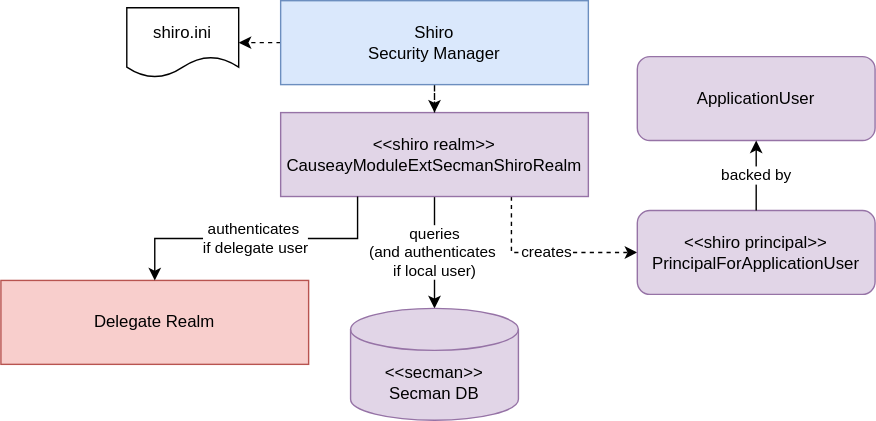
The draw.io diagram extensions/security/secman/adoc/modules/secman/images/secman-shiro-delegate-architecture.drawio.svg in apache/causeway, before a commit. Source tidied: cells renumbered, new cells last; positions are measured from the earlier drawing's top-left corner, leaving out a move shared by most shapes.
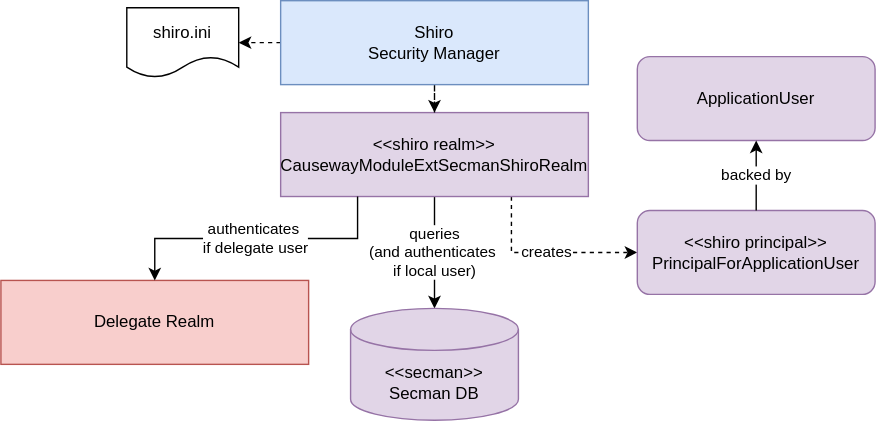
After the change.

Commit message:
CAUSEWAY-3147 : updates binary docs with new name (2)

The edit, as a diff of the source:
```diff
@@ -11,7 +11,7 @@
     <mxCell id="4" value="creates&lt;span style=&quot;color: rgba(0 , 0 , 0 , 0) ; font-family: monospace ; font-size: 0px ; background-color: rgb(248 , 249 , 250)&quot;&gt;%3CmxGraphModel%3E%3Croot%3E%3CmxCell%20id%3D%220%22%2F%3E%3CmxCell%20id%3D%221%22%20parent%3D%220%22%2F%3E%3CmxCell%20id%3D%222%22%20value%3D%22%26amp%3Blt%3B%26amp%3Blt%3Bshiro%20realm%26amp%3Bgt%3B%26amp%3Bgt%3B%26lt%3Bbr%26gt%3BIsisModuleExtSecmanShiroRealm%22%20style%3D%22rounded%3D0%3BwhiteSpace%3Dwrap%3Bhtml%3D1%3B%22%20vertex%3D%221%22%20parent%3D%221%22%3E%3CmxGeometry%20x%3D%22130%22%20y%3D%22220%22%20width%3D%22220%22%20height%3D%2260%22%20as%3D%22geometry%22%2F%3E%3C%2FmxCell%3E%3C%2Froot%3E%3C%2FmxGraphModel%3E&lt;/span&gt;" style="edgeStyle=orthogonalEdgeStyle;rounded=0;jettySize=auto;html=1;dashed=1;exitX=0.75;exitY=1;exitDx=0;exitDy=0;entryX=0;entryY=0.5;entryDx=0;entryDy=0;" parent="1" edge="1" source="5" target="7">
       <mxGeometry relative="1" as="geometry" />
     </mxCell>
-    <mxCell id="5" value="&amp;lt;&amp;lt;shiro realm&amp;gt;&amp;gt;&lt;br&gt;CauseayModuleExtSecmanShiroRealm" style="rounded=0;whiteSpace=wrap;html=1;fillColor=#e1d5e7;strokeColor=#9673a6;" parent="1" vertex="1">
+    <mxCell id="5" value="&amp;lt;&amp;lt;shiro realm&amp;gt;&amp;gt;&lt;br&gt;CausewayModuleExtSecmanShiroRealm" style="rounded=0;whiteSpace=wrap;html=1;fillColor=#e1d5e7;strokeColor=#9673a6;" parent="1" vertex="1">
       <mxGeometry x="200" y="80" width="220" height="60" as="geometry" />
     </mxCell>
     <mxCell id="6" value="&amp;lt;&amp;lt;secman&amp;gt;&amp;gt;&lt;br&gt;Secman DB" style="shape=cylinder3;whiteSpace=wrap;html=1;boundedLbl=1;backgroundOutline=1;size=15;fillColor=#e1d5e7;strokeColor=#9673a6;" parent="1" vertex="1">
```
